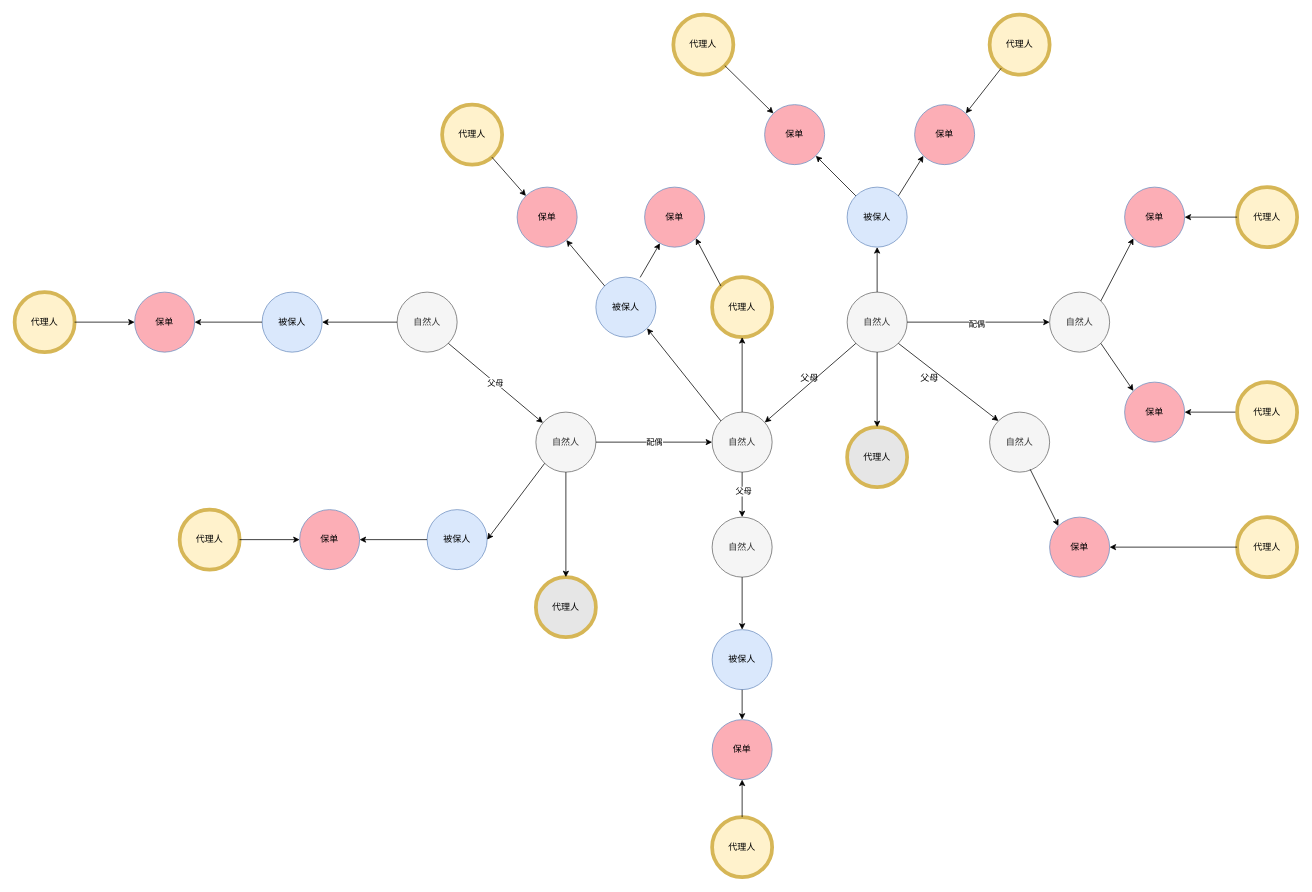
Above: risky_family.drawio in XiaoLiuAI/diagrams (draw.io), before the change. Source tidied: cells renumbered, new cells numbered last; positions are measured from the earlier drawing's top-left corner, leaving out a move shared by most shapes. Both pictures are drawn from the tidied source at 75%, with x=0, y=0 at pixel (14, 14).
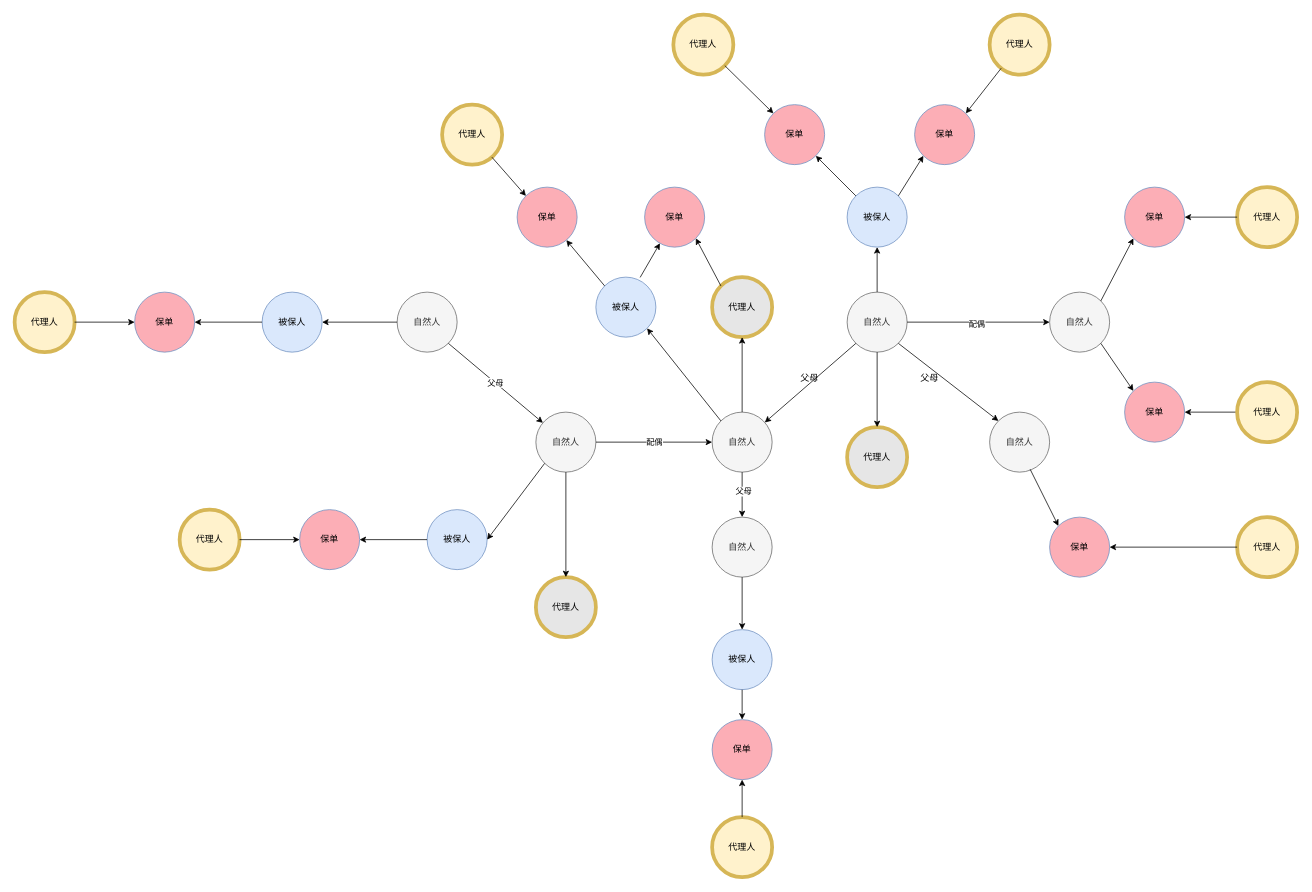
Above is the later version.

What changed in the source:
```diff
@@
-    <mxCell id="41" value="代理人" style="ellipse;whiteSpace=wrap;html=1;fillColor=#fff2cc;strokeColor=#d6b656;strokeWidth=5;" parent="1" vertex="1">
+    <mxCell id="41" value="代理人" style="ellipse;whiteSpace=wrap;html=1;fillColor=#E6E6E6;strokeColor=#d6b656;strokeWidth=5;" parent="1" vertex="1">
       <mxGeometry x="930" y="350" width="80" height="80" as="geometry" />
     </mxCell>
```
